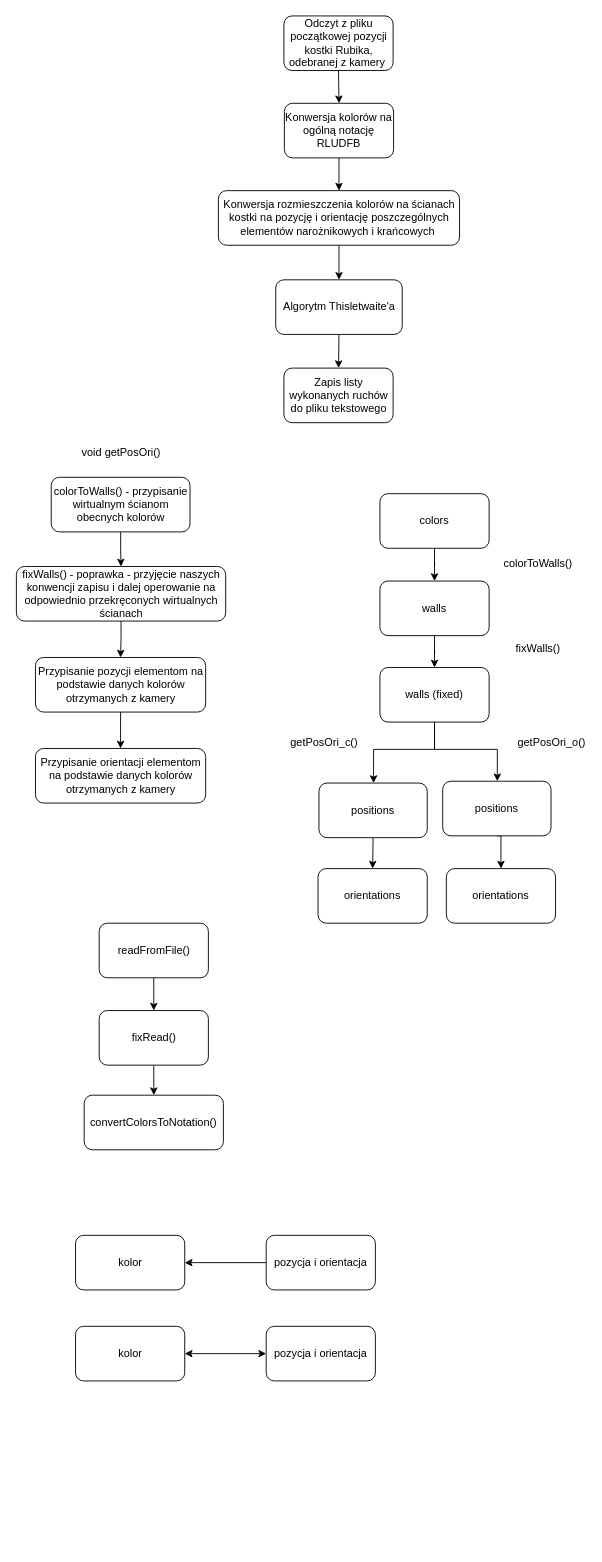
Earlier version of the draw.io diagram PK_Text/R_SB_A.drawio (Gibek-Banan/Rubik_My). Source tidied: cells renumbered, new cells numbered last; positions are measured from the earlier drawing's top-left corner, leaving out a move shared by most shapes. Both pictures are drawn from the tidied source at 91%, with x=0, y=0 at pixel (16, 15).
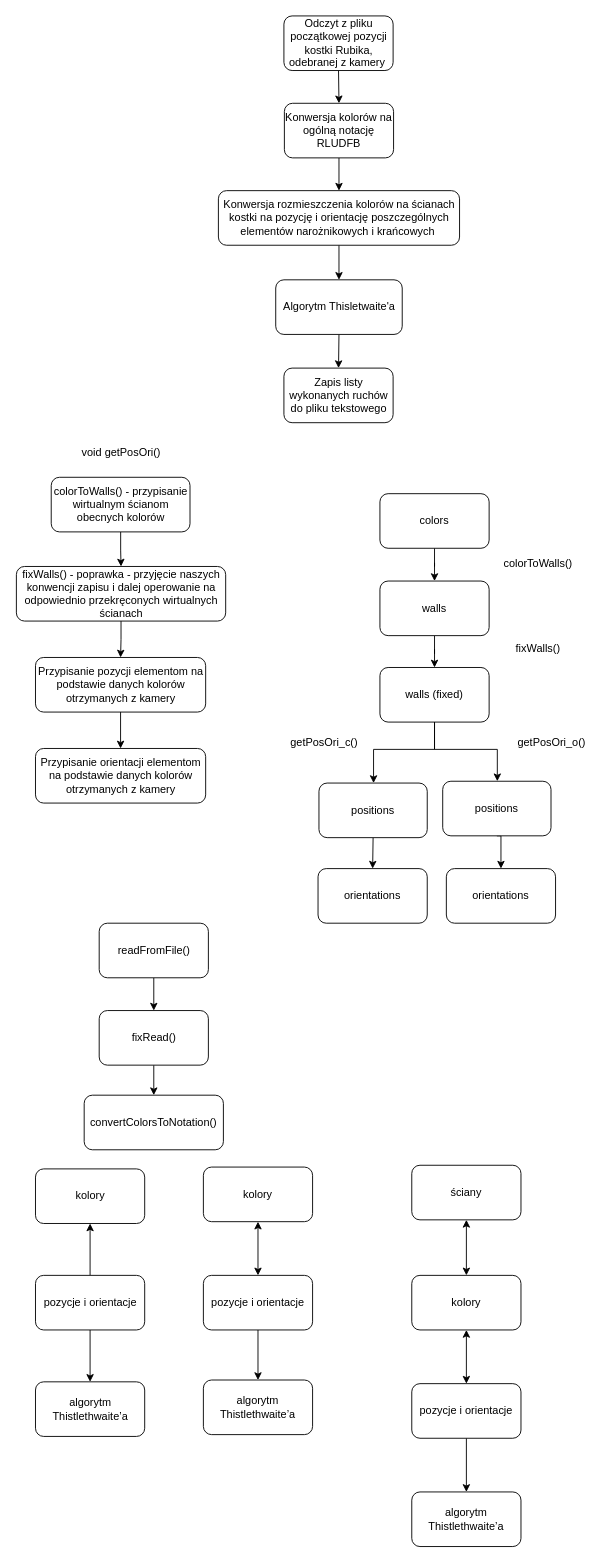
The same page after the edit.

Diff of the diagram source:
```diff
@@
-    <mxCell id="41" value="kolor" style="rounded=1;whiteSpace=wrap;html=1;" parent="1" vertex="1">
-      <mxGeometry x="64.5" y="1340" width="120" height="60" as="geometry" />
+    <mxCell id="41" value="kolory" style="rounded=1;whiteSpace=wrap;html=1;" parent="1" vertex="1">
+      <mxGeometry x="20.5" y="1267" width="120" height="60" as="geometry" />
     </mxCell>
-    <mxCell id="42" style="edgeStyle=orthogonalEdgeStyle;rounded=0;jettySize=auto;html=1;exitX=0;exitY=0.5;exitDx=0;exitDy=0;" parent="1" edge="1" source="43" target="41">
+    <mxCell id="42" style="edgeStyle=orthogonalEdgeStyle;rounded=0;jettySize=auto;html=1;entryX=0.5;entryY=1;entryDx=0;entryDy=0;" parent="1" edge="1" source="43" target="41">
       <mxGeometry relative="1" as="geometry" />
     </mxCell>
+    <mxCell id="47" style="edgeStyle=orthogonalEdgeStyle;rounded=0;jettySize=auto;html=1;exitX=0.5;exitY=1;exitDx=0;exitDy=0;entryX=0.5;entryY=0;entryDx=0;entryDy=0;" parent="1" edge="1" source="43" target="49">
+      <mxGeometry relative="1" as="geometry" />
+    </mxCell>
-    <mxCell id="43" value="pozycja i orientacja" style="rounded=1;whiteSpace=wrap;html=1;" parent="1" vertex="1">
-      <mxGeometry x="274" y="1340" width="120" height="60" as="geometry" />
+    <mxCell id="43" value="pozycje i orientacje" style="rounded=1;whiteSpace=wrap;html=1;" parent="1" vertex="1">
+      <mxGeometry x="20.5" y="1384" width="120" height="60" as="geometry" />
     </mxCell>
-    <mxCell id="44" value="kolor" style="rounded=1;whiteSpace=wrap;html=1;" parent="1" vertex="1">
-      <mxGeometry x="64.5" y="1440" width="120" height="60" as="geometry" />
-    </mxCell>
-    <mxCell id="45" value="pozycja i orientacja" style="rounded=1;whiteSpace=wrap;html=1;" parent="1" vertex="1">
-      <mxGeometry x="274" y="1440" width="120" height="60" as="geometry" />
-    </mxCell>
-    <mxCell id="46" style="endArrow=classic;startArrow=classic;html=1;rounded=0;entryX=0;entryY=0.5;entryDx=0;entryDy=0;exitX=1;exitY=0.5;exitDx=0;exitDy=0;" parent="1" edge="1" source="44" target="45">
-      <mxGeometry relative="1" as="geometry" />
-    </mxCell>
+    <mxCell id="48" value="ściany" style="rounded=1;whiteSpace=wrap;html=1;" parent="1" vertex="1">
+      <mxGeometry x="434" y="1263" width="120" height="60" as="geometry" />
+    </mxCell>
+    <mxCell id="49" value="algorytm Thistlethwaite’a" style="rounded=1;whiteSpace=wrap;html=1;" parent="1" vertex="1">
+      <mxGeometry x="20.5" y="1501" width="120" height="60" as="geometry" />
+    </mxCell>
+    <mxCell id="50" value="kolory" style="rounded=1;whiteSpace=wrap;html=1;" parent="1" vertex="1">
+      <mxGeometry x="205" y="1265" width="120" height="60" as="geometry" />
+    </mxCell>
+    <mxCell id="51" style="edgeStyle=orthogonalEdgeStyle;rounded=0;jettySize=auto;html=1;exitX=0.5;exitY=1;exitDx=0;exitDy=0;entryX=0.5;entryY=0;entryDx=0;entryDy=0;" parent="1" edge="1" source="52" target="53">
+      <mxGeometry relative="1" as="geometry" />
+    </mxCell>
+    <mxCell id="52" value="pozycje i orientacje" style="rounded=1;whiteSpace=wrap;html=1;" parent="1" vertex="1">
+      <mxGeometry x="205" y="1384" width="120" height="60" as="geometry" />
+    </mxCell>
+    <mxCell id="53" value="algorytm Thistlethwaite’a" style="rounded=1;whiteSpace=wrap;html=1;" parent="1" vertex="1">
+      <mxGeometry x="205" y="1499" width="120" height="60" as="geometry" />
+    </mxCell>
+    <mxCell id="54" style="endArrow=classic;startArrow=classic;html=1;rounded=0;entryX=0.5;entryY=1;entryDx=0;entryDy=0;exitX=0.5;exitY=0;exitDx=0;exitDy=0;" parent="1" edge="1" source="52" target="50">
+      <mxGeometry relative="1" as="geometry" />
+    </mxCell>
+    <mxCell id="55" value="kolory" style="rounded=1;whiteSpace=wrap;html=1;" parent="1" vertex="1">
+      <mxGeometry x="434" y="1384" width="120" height="60" as="geometry" />
+    </mxCell>
+    <mxCell id="56" style="edgeStyle=orthogonalEdgeStyle;rounded=0;jettySize=auto;html=1;exitX=0.5;exitY=1;exitDx=0;exitDy=0;entryX=0.5;entryY=0;entryDx=0;entryDy=0;" parent="1" edge="1" source="57" target="58">
+      <mxGeometry relative="1" as="geometry" />
+    </mxCell>
+    <mxCell id="57" value="pozycje i orientacje" style="rounded=1;whiteSpace=wrap;html=1;" parent="1" vertex="1">
+      <mxGeometry x="434" y="1503" width="120" height="60" as="geometry" />
+    </mxCell>
+    <mxCell id="58" value="algorytm Thistlethwaite’a" style="rounded=1;whiteSpace=wrap;html=1;" parent="1" vertex="1">
+      <mxGeometry x="434" y="1622" width="120" height="60" as="geometry" />
+    </mxCell>
+    <mxCell id="59" style="endArrow=classic;startArrow=classic;html=1;rounded=0;entryX=0.5;entryY=1;entryDx=0;entryDy=0;exitX=0.5;exitY=0;exitDx=0;exitDy=0;" parent="1" edge="1" source="57" target="55">
+      <mxGeometry relative="1" as="geometry" />
+    </mxCell>
+    <mxCell id="60" style="endArrow=classic;startArrow=classic;html=1;rounded=0;entryX=0.5;entryY=1;entryDx=0;entryDy=0;exitX=0.5;exitY=0;exitDx=0;exitDy=0;" parent="1" edge="1" source="55" target="48">
+      <mxGeometry relative="1" as="geometry" />
+    </mxCell>
```
